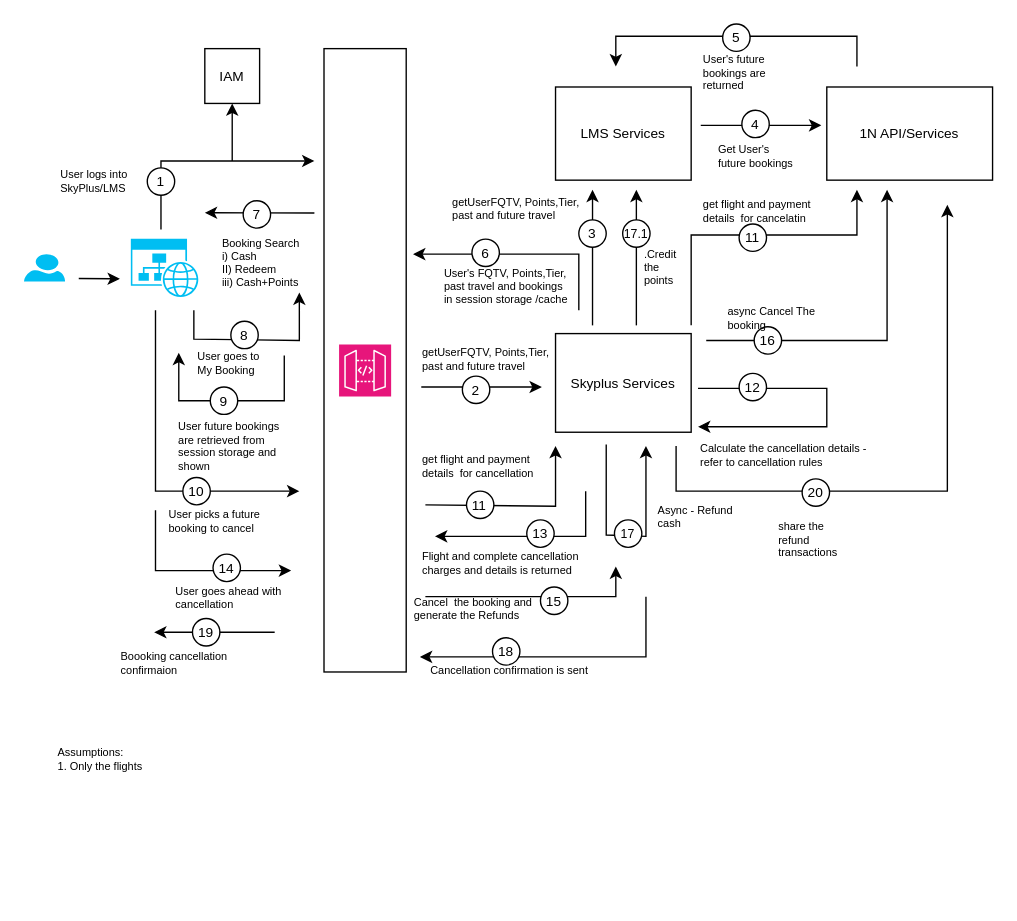
The draw.io diagram page "Page-1" (1 of 2) of Cancellations Cash Plus Points LM Data Flow.drawio in nchauhan4/drawings, before the edit. Source tidied: cells renumbered, new cells numbered last; positions are measured from the earlier drawing's top-left corner, leaving out a move shared by most shapes. Both pictures are drawn from the tidied source at 137%, with x=0, y=0 at pixel (23, 23).
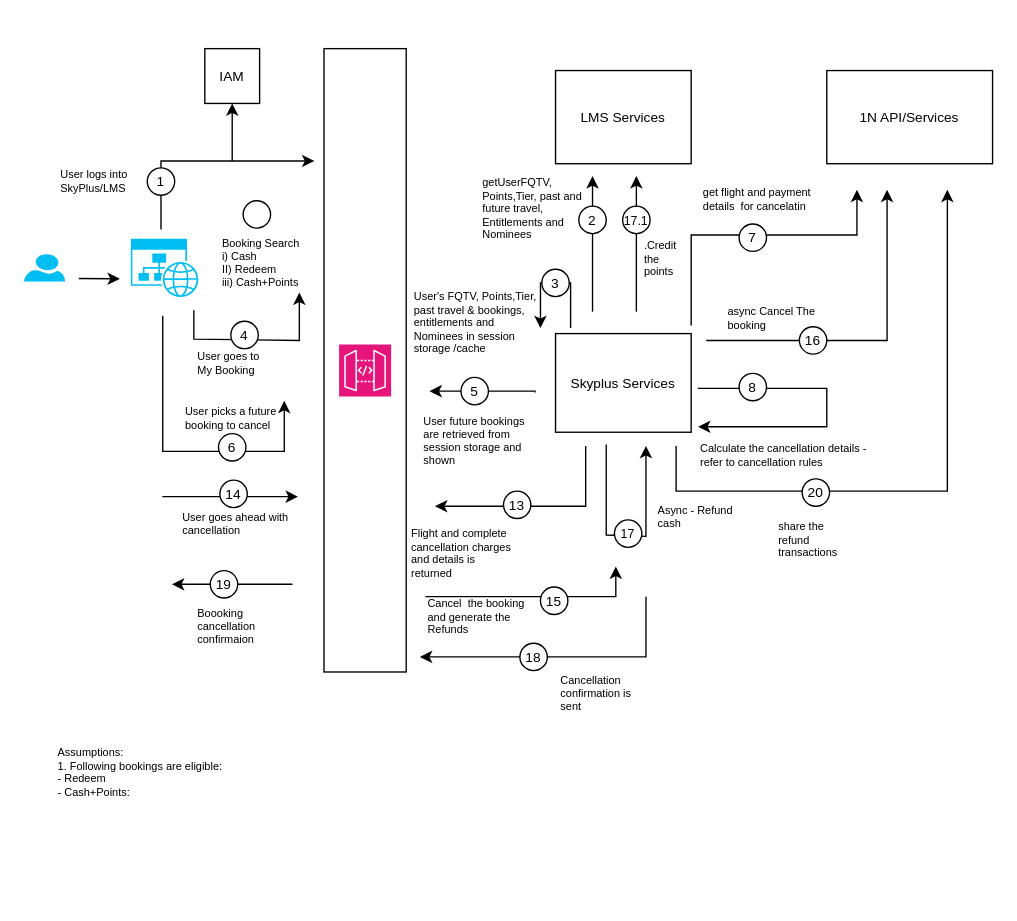
The same page after the edit.

What changed in the source:
```diff
@@
-    <mxCell id="11" style="endArrow=classic;html=1;rounded=0;" parent="1" edge="1">
-      <mxGeometry relative="1" as="geometry">
-        <mxPoint x="212" y="138" as="sourcePoint" />
-        <mxPoint x="132" y="137.8" as="targetPoint" />
-      </mxGeometry>
-    </mxCell>
@@
-    <mxCell id="13" value="&lt;font style=&quot;font-size: 10px;&quot;&gt;7&lt;/font&gt;" style="text;html=1;strokeColor=none;fillColor=none;align=center;verticalAlign=middle;whiteSpace=wrap;rounded=0;" parent="1" vertex="1">
-      <mxGeometry x="155" y="129" width="30" height="20" as="geometry" />
-    </mxCell>
@@
-    <mxCell id="19" value="&lt;font style=&quot;font-size: 10px;&quot;&gt;8&lt;/font&gt;" style="text;html=1;strokeColor=none;fillColor=none;align=center;verticalAlign=middle;whiteSpace=wrap;rounded=0;" parent="1" vertex="1">
+    <mxCell id="19" value="&lt;font style=&quot;font-size: 10px;&quot;&gt;4&lt;/font&gt;" style="text;html=1;strokeColor=none;fillColor=none;align=center;verticalAlign=middle;whiteSpace=wrap;rounded=0;" parent="1" vertex="1">
       <mxGeometry x="146" y="217" width="30" height="20" as="geometry" />
     </mxCell>
@@
     <mxCell id="21" value="&lt;font style=&quot;font-size: 10px;&quot;&gt;LMS Services&lt;/font&gt;" style="rounded=0;whiteSpace=wrap;html=1;" parent="1" vertex="1">
-      <mxGeometry x="388" y="46" width="99" height="68" as="geometry" />
+      <mxGeometry x="388" y="34" width="99" height="68" as="geometry" />
     </mxCell>
@@
-    <mxCell id="23" style="endArrow=classic;html=1;rounded=0;" parent="1" edge="1">
-      <mxGeometry relative="1" as="geometry">
-        <mxPoint x="290" y="265" as="sourcePoint" />
-        <mxPoint x="378" y="265" as="targetPoint" />
-      </mxGeometry>
-    </mxCell>
     <mxCell id="24" value="&lt;font style=&quot;font-size: 10px;&quot;&gt;1N API/Services&lt;/font&gt;" style="rounded=0;whiteSpace=wrap;html=1;" parent="1" vertex="1">
-      <mxGeometry x="586" y="46" width="121" height="68" as="geometry" />
+      <mxGeometry x="586" y="34" width="121" height="68" as="geometry" />
     </mxCell>
-    <mxCell id="25" style="ellipse;whiteSpace=wrap;html=1;" parent="1" vertex="1">
-      <mxGeometry x="320" y="257" width="20" height="20" as="geometry" />
-    </mxCell>
-    <mxCell id="26" value="&lt;font style=&quot;font-size: 10px;&quot;&gt;2&lt;/font&gt;" style="text;html=1;strokeColor=none;fillColor=none;align=center;verticalAlign=middle;whiteSpace=wrap;rounded=0;" parent="1" vertex="1">
-      <mxGeometry x="315" y="257" width="30" height="20" as="geometry" />
-    </mxCell>
-    <mxCell id="27" value="getUserFQTV, Points,Tier, past and future travel" style="text;html=1;strokeColor=none;fillColor=none;align=left;verticalAlign=top;whiteSpace=wrap;rounded=0;fontSize=8;" parent="1" vertex="1">
-      <mxGeometry x="288.8" y="229" width="99" height="30" as="geometry" />
-    </mxCell>
@@
-    <mxCell id="30" value="&lt;span style=&quot;font-size: 10px;&quot;&gt;12&lt;/span&gt;" style="text;html=1;strokeColor=none;fillColor=none;align=center;verticalAlign=middle;whiteSpace=wrap;rounded=0;" parent="1" vertex="1">
+    <mxCell id="30" value="&lt;span style=&quot;font-size: 10px;&quot;&gt;8&lt;/span&gt;" style="text;html=1;strokeColor=none;fillColor=none;align=center;verticalAlign=middle;whiteSpace=wrap;rounded=0;" parent="1" vertex="1">
       <mxGeometry x="517" y="255" width="30" height="20" as="geometry" />
     </mxCell>
-    <mxCell id="31" style="endArrow=classic;html=1;rounded=0;" parent="1" edge="1">
-      <mxGeometry relative="1" as="geometry">
-        <mxPoint x="293" y="351" as="sourcePoint" />
-        <mxPoint x="388" y="308" as="targetPoint" />
-        <Array as="points">
-          <mxPoint x="388" y="352" />
-        </Array>
-      </mxGeometry>
-    </mxCell>
-    <mxCell id="32" style="ellipse;whiteSpace=wrap;html=1;" parent="1" vertex="1">
-      <mxGeometry x="323" y="341" width="20" height="20" as="geometry" />
-    </mxCell>
-    <mxCell id="33" value="&lt;font style=&quot;font-size: 10px;&quot;&gt;11&lt;/font&gt;" style="text;html=1;strokeColor=none;fillColor=none;align=center;verticalAlign=middle;whiteSpace=wrap;rounded=0;" parent="1" vertex="1">
-      <mxGeometry x="321" y="341" width="23" height="19" as="geometry" />
-    </mxCell>
-    <mxCell id="34" value="get flight and payment details&amp;nbsp; for cancellation" style="text;html=1;strokeColor=none;fillColor=none;align=left;verticalAlign=top;whiteSpace=wrap;rounded=0;fontSize=8;" parent="1" vertex="1">
-      <mxGeometry x="289" y="307" width="88" height="33" as="geometry" />
-    </mxCell>
@@
-    <mxCell id="36" style="endArrow=classic;html=1;rounded=0;" parent="1" edge="1">
-      <mxGeometry relative="1" as="geometry">
-        <mxPoint x="494" y="74" as="sourcePoint" />
-        <mxPoint x="582" y="74" as="targetPoint" />
-      </mxGeometry>
-    </mxCell>
-    <mxCell id="37" style="ellipse;whiteSpace=wrap;html=1;" parent="1" vertex="1">
-      <mxGeometry x="524" y="63" width="20" height="20" as="geometry" />
-    </mxCell>
-    <mxCell id="38" value="&lt;font style=&quot;font-size: 10px;&quot;&gt;4&lt;/font&gt;" style="text;html=1;strokeColor=none;fillColor=none;align=center;verticalAlign=middle;whiteSpace=wrap;rounded=0;" parent="1" vertex="1">
-      <mxGeometry x="519" y="63" width="30" height="20" as="geometry" />
-    </mxCell>
-    <mxCell id="39" value="Get User's future bookings&amp;nbsp;" style="text;html=1;strokeColor=none;fillColor=none;align=left;verticalAlign=top;whiteSpace=wrap;rounded=0;fontSize=8;" parent="1" vertex="1">
-      <mxGeometry x="504.8" y="81" width="58.5" height="33" as="geometry" />
-    </mxCell>
@@
-    <mxCell id="41" style="endArrow=classic;html=1;rounded=0;" parent="1" edge="1">
-      <mxGeometry relative="1" as="geometry">
-        <mxPoint x="608" y="31" as="sourcePoint" />
-        <mxPoint x="432" y="31" as="targetPoint" />
-        <Array as="points">
-          <mxPoint x="608" y="9" />
-          <mxPoint x="520" y="9" />
-          <mxPoint x="432" y="9" />
-        </Array>
-      </mxGeometry>
-    </mxCell>
-    <mxCell id="42" style="ellipse;whiteSpace=wrap;html=1;" parent="1" vertex="1">
-      <mxGeometry x="510" width="20" height="20" as="geometry" />
-    </mxCell>
-    <mxCell id="43" value="&lt;font style=&quot;font-size: 10px;&quot;&gt;5&lt;/font&gt;" style="text;html=1;strokeColor=none;fillColor=none;align=center;verticalAlign=middle;whiteSpace=wrap;rounded=0;" parent="1" vertex="1">
-      <mxGeometry x="505" width="30" height="20" as="geometry" />
-    </mxCell>
-    <mxCell id="44" value="User's future bookings are returned" style="text;html=1;strokeColor=none;fillColor=none;align=left;verticalAlign=top;whiteSpace=wrap;rounded=0;fontSize=8;" parent="1" vertex="1">
-      <mxGeometry x="493.8" y="15" width="58.5" height="33" as="geometry" />
-    </mxCell>
     <mxCell id="45" style="endArrow=classic;html=1;rounded=0;" parent="1" edge="1">
       <mxGeometry relative="1" as="geometry">
-        <mxPoint x="183" y="444" as="sourcePoint" />
-        <mxPoint x="95" y="444" as="targetPoint" />
+        <mxPoint x="196" y="409" as="sourcePoint" />
+        <mxPoint x="108" y="409" as="targetPoint" />
         <Array as="points">
-          <mxPoint x="150" y="444" />
-          <mxPoint x="117" y="444" />
+          <mxPoint x="163" y="409" />
+          <mxPoint x="130" y="409" />
         </Array>
       </mxGeometry>
     </mxCell>
     <mxCell id="46" style="ellipse;whiteSpace=wrap;html=1;" parent="1" vertex="1">
-      <mxGeometry x="123" y="434" width="20" height="20" as="geometry" />
+      <mxGeometry x="136" y="399" width="20" height="20" as="geometry" />
     </mxCell>
     <mxCell id="47" value="&lt;font style=&quot;font-size: 10px;&quot;&gt;19&lt;/font&gt;" style="text;html=1;strokeColor=none;fillColor=none;align=center;verticalAlign=middle;whiteSpace=wrap;rounded=0;" parent="1" vertex="1">
-      <mxGeometry x="118" y="434" width="30" height="20" as="geometry" />
+      <mxGeometry x="131" y="399" width="30" height="20" as="geometry" />
     </mxCell>
     <mxCell id="48" style="endArrow=classic;html=1;rounded=0;" parent="1" edge="1">
       <mxGeometry relative="1" as="geometry">
-        <mxPoint x="190" y="242" as="sourcePoint" />
-        <mxPoint x="113" y="240" as="targetPoint" />
+        <mxPoint x="373" y="269" as="sourcePoint" />
+        <mxPoint x="296" y="268" as="targetPoint" />
         <Array as="points">
-          <mxPoint x="190" y="275" />
-          <mxPoint x="113" y="275" />
+          <mxPoint x="373" y="268" />
+          <mxPoint x="296" y="268" />
         </Array>
       </mxGeometry>
     </mxCell>
     <mxCell id="49" style="ellipse;whiteSpace=wrap;html=1;" parent="1" vertex="1">
-      <mxGeometry x="136" y="265" width="20" height="20" as="geometry" />
+      <mxGeometry x="319" y="258" width="20" height="20" as="geometry" />
     </mxCell>
-    <mxCell id="50" value="&lt;font style=&quot;font-size: 10px;&quot;&gt;9&lt;/font&gt;" style="text;html=1;strokeColor=none;fillColor=none;align=center;verticalAlign=middle;whiteSpace=wrap;rounded=0;" parent="1" vertex="1">
-      <mxGeometry x="131" y="265" width="30" height="20" as="geometry" />
+    <mxCell id="50" value="&lt;font style=&quot;font-size: 10px;&quot;&gt;5&lt;/font&gt;" style="text;html=1;strokeColor=none;fillColor=none;align=center;verticalAlign=middle;whiteSpace=wrap;rounded=0;" parent="1" vertex="1">
+      <mxGeometry x="314" y="258" width="30" height="20" as="geometry" />
     </mxCell>
     <mxCell id="51" style="endArrow=classic;html=1;rounded=0;" parent="1" edge="1">
       <mxGeometry relative="1" as="geometry">
-        <mxPoint x="405" y="209" as="sourcePoint" />
-        <mxPoint x="284" y="168" as="targetPoint" />
+        <mxPoint x="399" y="222" as="sourcePoint" />
+        <mxPoint x="377" y="222" as="targetPoint" />
         <Array as="points">
-          <mxPoint x="405" y="168" />
+          <mxPoint x="399" y="189" />
+          <mxPoint x="377" y="189" />
         </Array>
       </mxGeometry>
     </mxCell>
-    <mxCell id="52" value="User's FQTV, Points,Tier, past travel and bookings in session storage /cache" style="text;html=1;strokeColor=none;fillColor=none;align=left;verticalAlign=top;whiteSpace=wrap;rounded=0;fontSize=8;" parent="1" vertex="1">
-      <mxGeometry x="305" y="171" width="94" height="52" as="geometry" />
+    <mxCell id="52" value="User's FQTV, Points,Tier, past travel &amp;amp; bookings, entitlements and Nominees in session storage /cache" style="text;html=1;strokeColor=none;fillColor=none;align=left;verticalAlign=top;whiteSpace=wrap;rounded=0;fontSize=8;" parent="1" vertex="1">
+      <mxGeometry x="283" y="188" width="94" height="52" as="geometry" />
     </mxCell>
     <mxCell id="53" style="ellipse;whiteSpace=wrap;html=1;" parent="1" vertex="1">
-      <mxGeometry x="327" y="157" width="20" height="20" as="geometry" />
+      <mxGeometry x="378" y="179" width="20" height="20" as="geometry" />
     </mxCell>
-    <mxCell id="54" value="&lt;font style=&quot;font-size: 10px;&quot;&gt;6&lt;/font&gt;" style="text;html=1;strokeColor=none;fillColor=none;align=center;verticalAlign=middle;whiteSpace=wrap;rounded=0;" parent="1" vertex="1">
-      <mxGeometry x="322" y="157" width="30" height="20" as="geometry" />
+    <mxCell id="54" value="&lt;font style=&quot;font-size: 10px;&quot;&gt;3&lt;/font&gt;" style="text;html=1;strokeColor=none;fillColor=none;align=center;verticalAlign=middle;whiteSpace=wrap;rounded=0;" parent="1" vertex="1">
+      <mxGeometry x="373" y="179" width="30" height="20" as="geometry" />
     </mxCell>
-    <mxCell id="55" value="Assumptions:&lt;br&gt;1. Only the flights&amp;nbsp; &amp;nbsp;" style="text;html=1;strokeColor=none;fillColor=none;align=left;verticalAlign=top;whiteSpace=wrap;rounded=0;fontSize=8;" parent="1" vertex="1">
+    <mxCell id="55" value="Assumptions:&lt;br&gt;1. Following bookings are eligible:&lt;div&gt;- Redeem&lt;/div&gt;&lt;div&gt;- Cash+Points:&amp;nbsp; &amp;nbsp;&lt;/div&gt;" style="text;html=1;strokeColor=none;fillColor=none;align=left;verticalAlign=top;whiteSpace=wrap;rounded=0;fontSize=8;" parent="1" vertex="1">
       <mxGeometry x="23.4" y="520.5" width="275.2" height="117" as="geometry" />
     </mxCell>
     <mxCell id="56" value="Boooking cancellation confirmaion" style="text;html=1;strokeColor=none;fillColor=none;align=left;verticalAlign=top;whiteSpace=wrap;rounded=0;fontSize=8;" parent="1" vertex="1">
-      <mxGeometry x="69" y="451" width="97.2" height="33" as="geometry" />
+      <mxGeometry x="124.5" y="419" width="55" height="33" as="geometry" />
     </mxCell>
     <mxCell id="57" value="User future bookings are retrieved from session storage and shown" style="text;html=1;strokeColor=none;fillColor=none;align=left;verticalAlign=top;whiteSpace=wrap;rounded=0;fontSize=8;" parent="1" vertex="1">
-      <mxGeometry x="110.8" y="283" width="79.2" height="33" as="geometry" />
+      <mxGeometry x="290.4" y="279" width="79.2" height="33" as="geometry" />
     </mxCell>
     <mxCell id="58" style="endArrow=classic;html=1;rounded=0;" parent="1" edge="1">
       <mxGeometry relative="1" as="geometry">
-        <mxPoint x="96" y="209" as="sourcePoint" />
-        <mxPoint x="201" y="341" as="targetPoint" />
+        <mxPoint x="101.3" y="213" as="sourcePoint" />
+        <mxPoint x="190" y="275" as="targetPoint" />
         <Array as="points">
-          <mxPoint x="96" y="341" />
-          <mxPoint x="146" y="341" />
+          <mxPoint x="101.3" y="312" />
+          <mxPoint x="190" y="312" />
         </Array>
       </mxGeometry>
     </mxCell>
     <mxCell id="59" value="User picks a future booking to cancel" style="text;html=1;strokeColor=none;fillColor=none;align=left;verticalAlign=top;whiteSpace=wrap;rounded=0;fontSize=8;" parent="1" vertex="1">
-      <mxGeometry x="103.8" y="347" width="86.2" height="27" as="geometry" />
+      <mxGeometry x="116.1" y="272" width="75.2" height="36" as="geometry" />
     </mxCell>
     <mxCell id="60" style="ellipse;whiteSpace=wrap;html=1;" parent="1" vertex="1">
-      <mxGeometry x="116" y="331" width="20" height="20" as="geometry" />
+      <mxGeometry x="142" y="299" width="20" height="20" as="geometry" />
     </mxCell>
-    <mxCell id="61" value="&lt;font style=&quot;font-size: 10px;&quot;&gt;10&lt;/font&gt;" style="text;html=1;strokeColor=none;fillColor=none;align=center;verticalAlign=middle;whiteSpace=wrap;rounded=0;" parent="1" vertex="1">
-      <mxGeometry x="111" y="331" width="30" height="20" as="geometry" />
+    <mxCell id="61" value="&lt;font style=&quot;font-size: 10px;&quot;&gt;6&lt;/font&gt;" style="text;html=1;strokeColor=none;fillColor=none;align=center;verticalAlign=middle;whiteSpace=wrap;rounded=0;" parent="1" vertex="1">
+      <mxGeometry x="137" y="299" width="30" height="20" as="geometry" />
     </mxCell>
     <mxCell id="62" style="endArrow=classic;html=1;rounded=0;" parent="1" edge="1">
       <mxGeometry relative="1" as="geometry">
-        <mxPoint x="96" y="355" as="sourcePoint" />
-        <mxPoint x="195" y="399" as="targetPoint" />
+        <mxPoint x="101" y="345" as="sourcePoint" />
+        <mxPoint x="200" y="345" as="targetPoint" />
         <Array as="points">
-          <mxPoint x="96" y="399" />
-          <mxPoint x="140" y="399" />
+          <mxPoint x="101" y="345" />
+          <mxPoint x="145" y="345" />
         </Array>
       </mxGeometry>
     </mxCell>
@@
     <mxCell id="65" value="Cancellation confirmation is sent" style="text;html=1;strokeColor=none;fillColor=none;align=left;verticalAlign=top;whiteSpace=wrap;rounded=0;fontSize=8;" parent="1" vertex="1">
-      <mxGeometry x="295" y="461" width="143" height="25" as="geometry" />
+      <mxGeometry x="390" y="468" width="61" height="25" as="geometry" />
     </mxCell>
     <mxCell id="66" style="ellipse;whiteSpace=wrap;html=1;" parent="1" vertex="1">
-      <mxGeometry x="342" y="448" width="20" height="20" as="geometry" />
+      <mxGeometry x="362" y="452" width="20" height="20" as="geometry" />
     </mxCell>
     <mxCell id="67" value="&lt;font style=&quot;font-size: 10px;&quot;&gt;18&lt;/font&gt;" style="text;html=1;strokeColor=none;fillColor=none;align=center;verticalAlign=middle;whiteSpace=wrap;rounded=0;" parent="1" vertex="1">
-      <mxGeometry x="337" y="448" width="30" height="20" as="geometry" />
+      <mxGeometry x="357" y="452" width="30" height="20" as="geometry" />
     </mxCell>
@@
-    <mxCell id="70" value="&lt;font style=&quot;font-size: 10px;&quot;&gt;11&lt;/font&gt;" style="text;html=1;strokeColor=none;fillColor=none;align=center;verticalAlign=middle;whiteSpace=wrap;rounded=0;" parent="1" vertex="1">
+    <mxCell id="70" value="&lt;font style=&quot;font-size: 10px;&quot;&gt;7&lt;/font&gt;" style="text;html=1;strokeColor=none;fillColor=none;align=center;verticalAlign=middle;whiteSpace=wrap;rounded=0;" parent="1" vertex="1">
       <mxGeometry x="517" y="146" width="30" height="20" as="geometry" />
     </mxCell>
     <mxCell id="71" value="get flight and payment details&amp;nbsp; for cancelatin" style="text;html=1;strokeColor=none;fillColor=none;align=left;verticalAlign=top;whiteSpace=wrap;rounded=0;fontSize=8;" parent="1" vertex="1">
-      <mxGeometry x="493.5" y="121" width="87.4" height="33" as="geometry" />
+      <mxGeometry x="493.5" y="112" width="87.4" height="33" as="geometry" />
     </mxCell>
     <mxCell id="72" style="endArrow=classic;html=1;rounded=0;" parent="1" edge="1">
       <mxGeometry relative="1" as="geometry">
-        <mxPoint x="415" y="220" as="sourcePoint" />
-        <mxPoint x="415" y="121" as="targetPoint" />
+        <mxPoint x="415" y="210" as="sourcePoint" />
+        <mxPoint x="415" y="111" as="targetPoint" />
       </mxGeometry>
     </mxCell>
-    <mxCell id="73" value="getUserFQTV, Points,Tier, past and future travel" style="text;html=1;strokeColor=none;fillColor=none;align=left;verticalAlign=top;whiteSpace=wrap;rounded=0;fontSize=8;" parent="1" vertex="1">
-      <mxGeometry x="310.8" y="119" width="99" height="30" as="geometry" />
+    <mxCell id="73" value="getUserFQTV, Points,Tier, past and future travel, Entitlements and Nominees" style="text;html=1;strokeColor=none;fillColor=none;align=left;verticalAlign=top;whiteSpace=wrap;rounded=0;fontSize=8;" parent="1" vertex="1">
+      <mxGeometry x="333" y="105" width="83" height="30" as="geometry" />
     </mxCell>
     <mxCell id="74" style="ellipse;whiteSpace=wrap;html=1;" parent="1" vertex="1">
-      <mxGeometry x="405" y="143" width="20" height="20" as="geometry" />
+      <mxGeometry x="405" y="133" width="20" height="20" as="geometry" />
     </mxCell>
-    <mxCell id="75" value="&lt;font style=&quot;font-size: 10px;&quot;&gt;3&lt;/font&gt;" style="text;html=1;strokeColor=none;fillColor=none;align=center;verticalAlign=middle;whiteSpace=wrap;rounded=0;" parent="1" vertex="1">
-      <mxGeometry x="400" y="143" width="30" height="20" as="geometry" />
+    <mxCell id="75" value="&lt;font style=&quot;font-size: 10px;&quot;&gt;2&lt;/font&gt;" style="text;html=1;strokeColor=none;fillColor=none;align=center;verticalAlign=middle;whiteSpace=wrap;rounded=0;" parent="1" vertex="1">
+      <mxGeometry x="400" y="133" width="30" height="20" as="geometry" />
     </mxCell>
     <mxCell id="76" style="endArrow=classic;html=1;rounded=0;" parent="1" edge="1">
       <mxGeometry relative="1" as="geometry">
-        <mxPoint x="410" y="341" as="sourcePoint" />
-        <mxPoint x="300" y="374" as="targetPoint" />
+        <mxPoint x="410" y="308" as="sourcePoint" />
+        <mxPoint x="300" y="352" as="targetPoint" />
         <Array as="points">
-          <mxPoint x="410" y="374" />
-          <mxPoint x="399" y="374" />
+          <mxPoint x="410" y="352" />
+          <mxPoint x="344" y="352" />
         </Array>
       </mxGeometry>
     </mxCell>
     <mxCell id="77" style="ellipse;whiteSpace=wrap;html=1;" parent="1" vertex="1">
-      <mxGeometry x="367" y="362" width="20" height="20" as="geometry" />
+      <mxGeometry x="350" y="341" width="20" height="20" as="geometry" />
     </mxCell>
     <mxCell id="78" value="&lt;span style=&quot;font-size: 10px;&quot;&gt;13&lt;/span&gt;" style="text;html=1;strokeColor=none;fillColor=none;align=center;verticalAlign=middle;whiteSpace=wrap;rounded=0;" parent="1" vertex="1">
-      <mxGeometry x="362" y="362" width="30" height="20" as="geometry" />
+      <mxGeometry x="345" y="341" width="30" height="20" as="geometry" />
     </mxCell>
     <mxCell id="79" value="Flight and complete cancellation charges and details is returned&amp;nbsp;" style="text;html=1;strokeColor=none;fillColor=none;align=left;verticalAlign=top;whiteSpace=wrap;rounded=0;fontSize=8;" parent="1" vertex="1">
-      <mxGeometry x="289" y="378" width="127" height="33" as="geometry" />
+      <mxGeometry x="281" y="361" width="82" height="33" as="geometry" />
     </mxCell>
     <mxCell id="80" value="User goes ahead with cancellation" style="text;html=1;strokeColor=none;fillColor=none;align=left;verticalAlign=top;whiteSpace=wrap;rounded=0;fontSize=8;" parent="1" vertex="1">
-      <mxGeometry x="108.9" y="403" width="86.2" height="27" as="geometry" />
+      <mxGeometry x="113.9" y="349" width="86.2" height="27" as="geometry" />
     </mxCell>
     <mxCell id="81" style="ellipse;whiteSpace=wrap;html=1;" parent="1" vertex="1">
-      <mxGeometry x="138" y="387" width="20" height="20" as="geometry" />
+      <mxGeometry x="143" y="333" width="20" height="20" as="geometry" />
     </mxCell>
     <mxCell id="82" value="&lt;font style=&quot;font-size: 10px;&quot;&gt;14&lt;/font&gt;" style="text;html=1;strokeColor=none;fillColor=none;align=center;verticalAlign=middle;whiteSpace=wrap;rounded=0;" parent="1" vertex="1">
-      <mxGeometry x="133" y="387" width="30" height="20" as="geometry" />
+      <mxGeometry x="138" y="333" width="30" height="20" as="geometry" />
     </mxCell>
@@
     <mxCell id="86" value="Cancel&amp;nbsp; the booking and generate the Refunds" style="text;html=1;strokeColor=none;fillColor=none;align=left;verticalAlign=top;whiteSpace=wrap;rounded=0;fontSize=8;" parent="1" vertex="1">
-      <mxGeometry x="283" y="411" width="105" height="24.5" as="geometry" />
+      <mxGeometry x="293" y="412" width="77" height="24.5" as="geometry" />
     </mxCell>
@@
     <mxCell id="88" style="ellipse;whiteSpace=wrap;html=1;" parent="1" vertex="1">
-      <mxGeometry x="533" y="221" width="20" height="20" as="geometry" />
+      <mxGeometry x="566" y="221" width="20" height="20" as="geometry" />
     </mxCell>
     <mxCell id="89" value="&lt;font style=&quot;font-size: 10px;&quot;&gt;16&lt;/font&gt;" style="text;html=1;strokeColor=none;fillColor=none;align=center;verticalAlign=middle;whiteSpace=wrap;rounded=0;" parent="1" vertex="1">
-      <mxGeometry x="528" y="221" width="30" height="20" as="geometry" />
+      <mxGeometry x="561" y="221" width="30" height="20" as="geometry" />
     </mxCell>
@@
     <mxCell id="94" style="endArrow=classic;html=1;rounded=0;" parent="1" edge="1">
       <mxGeometry relative="1" as="geometry">
-        <mxPoint x="447" y="220" as="sourcePoint" />
-        <mxPoint x="447" y="121" as="targetPoint" />
+        <mxPoint x="447" y="210" as="sourcePoint" />
+        <mxPoint x="447" y="111" as="targetPoint" />
       </mxGeometry>
     </mxCell>
     <mxCell id="95" value="&lt;font style=&quot;font-size: 9px;&quot;&gt;17.1&lt;/font&gt;" style="ellipse;whiteSpace=wrap;html=1;fontSize=10;" parent="1" vertex="1">
-      <mxGeometry x="437" y="143" width="20" height="20" as="geometry" />
+      <mxGeometry x="437" y="133" width="20" height="20" as="geometry" />
     </mxCell>
     <mxCell id="96" value=".Credit the points" style="text;html=1;strokeColor=none;fillColor=none;align=left;verticalAlign=top;whiteSpace=wrap;rounded=0;fontSize=8;" parent="1" vertex="1">
-      <mxGeometry x="450.5" y="156.8" width="25.5" height="38" as="geometry" />
+      <mxGeometry x="450.5" y="150.8" width="25.5" height="38" as="geometry" />
     </mxCell>
     <mxCell id="97" style="endArrow=classic;html=1;rounded=0;" parent="1" edge="1">
       <mxGeometry relative="1" as="geometry">
         <mxPoint x="476" y="308" as="sourcePoint" />
-        <mxPoint x="674" y="132" as="targetPoint" />
+        <mxPoint x="674" y="121" as="targetPoint" />
         <Array as="points">
           <mxPoint x="476" y="341" />
           <mxPoint x="674" y="341" />
         </Array>
       </mxGeometry>
     </mxCell>
```
